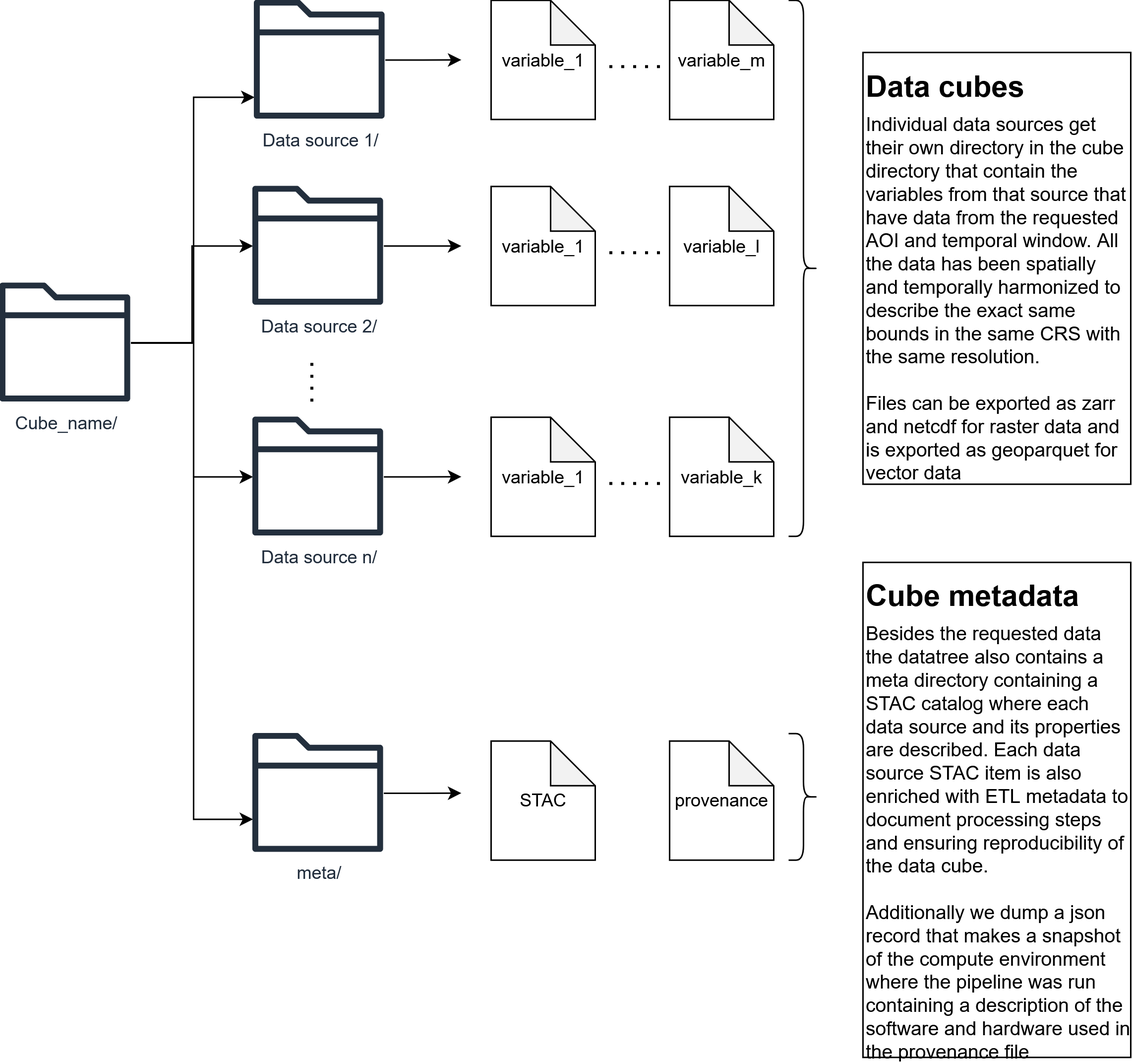
Above: img/datatree.png in Biodiversity-Meets-Data/BmC (draw.io), before the change. Source tidied: cells renumbered, new cells last; positions are measured from the earlier drawing's top-left corner, leaving out a move shared by most shapes.
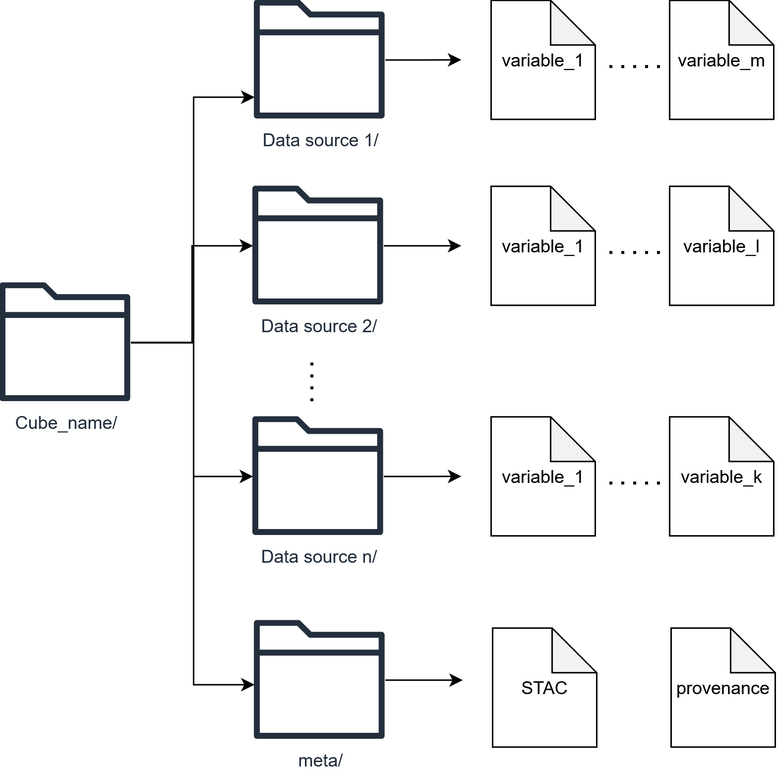
After the commit.

Commit message:
Updated the cube readme, datatree diagram and added explanaition for the vectorCube output structure

Diff of the diagram source:
```diff
@@ -25,7 +25,7 @@
       <mxGeometry relative="1" as="geometry">
         <Array as="points">
           <mxPoint x="130" y="230.1" />
-          <mxPoint x="130" y="550" />
+          <mxPoint x="130" y="460" />
         </Array>
       </mxGeometry>
     </mxCell>
@@ -64,11 +64,11 @@
     </mxCell>
     <mxCell id="14" style="edgeStyle=orthogonalEdgeStyle;rounded=0;jettySize=auto;html=1;" parent="1" edge="1" source="15">
       <mxGeometry relative="1" as="geometry">
-        <mxPoint x="310" y="532.5" as="targetPoint" />
+        <mxPoint x="311" y="457" as="targetPoint" />
       </mxGeometry>
     </mxCell>
     <mxCell id="15" value="meta/" style="sketch=0;outlineConnect=0;fontColor=#232F3E;gradientColor=none;fillColor=#232F3D;strokeColor=none;dashed=0;verticalLabelPosition=bottom;verticalAlign=top;align=center;html=1;fontSize=12;fontStyle=0;shape=mxgraph.aws4.folder;" parent="1" vertex="1">
-      <mxGeometry x="170" y="492.5" width="87.9" height="80" as="geometry" />
+      <mxGeometry x="171" y="417" width="87.9" height="80" as="geometry" />
     </mxCell>
     <mxCell id="16" value="variable_1" style="shape=note;whiteSpace=wrap;html=1;backgroundOutline=1;darkOpacity=0.05;" parent="1" vertex="1">
       <mxGeometry x="330" width="70" height="80" as="geometry" />
@@ -80,10 +80,10 @@
       <mxGeometry x="330" y="280" width="70" height="80" as="geometry" />
     </mxCell>
     <mxCell id="19" value="STAC" style="shape=note;whiteSpace=wrap;html=1;backgroundOutline=1;darkOpacity=0.05;" parent="1" vertex="1">
-      <mxGeometry x="330" y="497.5" width="70" height="80" as="geometry" />
+      <mxGeometry x="331" y="422" width="70" height="80" as="geometry" />
     </mxCell>
     <mxCell id="20" value="provenance" style="shape=note;whiteSpace=wrap;html=1;backgroundOutline=1;darkOpacity=0.05;" parent="1" vertex="1">
-      <mxGeometry x="450" y="497.5" width="70" height="80" as="geometry" />
+      <mxGeometry x="451" y="422" width="70" height="80" as="geometry" />
     </mxCell>
     <mxCell id="21" style="endArrow=none;dashed=1;html=1;dashPattern=1 3;strokeWidth=2;rounded=0;" parent="1" edge="1">
       <mxGeometry relative="1" as="geometry">
@@ -112,17 +112,5 @@
     <mxCell id="26" value="variable_k" style="shape=note;whiteSpace=wrap;html=1;backgroundOutline=1;darkOpacity=0.05;" parent="1" vertex="1">
       <mxGeometry x="450" y="280" width="70" height="80" as="geometry" />
     </mxCell>
-    <mxCell id="27" style="shape=curlyBracket;whiteSpace=wrap;html=1;rounded=1;flipH=1;labelPosition=right;verticalLabelPosition=middle;align=left;verticalAlign=middle;legacyAnchorPoints=0;" parent="1" vertex="1">
-      <mxGeometry x="530" width="20" height="360" as="geometry" />
-    </mxCell>
-    <mxCell id="28" style="shape=curlyBracket;whiteSpace=wrap;html=1;rounded=1;flipH=1;labelPosition=right;verticalLabelPosition=middle;align=left;verticalAlign=middle;legacyAnchorPoints=0;" parent="1" vertex="1">
-      <mxGeometry x="530" y="492.5" width="20" height="85" as="geometry" />
-    </mxCell>
-    <mxCell id="29" value="&lt;h1 style=&quot;margin-top: 0px; margin-bottom: 5px;&quot;&gt;&lt;font style=&quot;font-size: 20px;&quot;&gt;Data cubes&lt;/font&gt;&lt;/h1&gt;&lt;div&gt;&lt;font style=&quot;font-size: 13px;&quot;&gt;Individual data sources get their own directory in the cube directory that contain the variables from that source that have data from the requested AOI and temporal window. All the data has been spatially and temporally harmonized to describe the exact same bounds in the same CRS with the same resolution.&lt;/font&gt;&lt;/div&gt;&lt;div&gt;&lt;font style=&quot;font-size: 13px;&quot;&gt;&lt;br&gt;&lt;/font&gt;&lt;/div&gt;&lt;div&gt;&lt;font style=&quot;font-size: 13px;&quot;&gt;Files can be exported as zarr and netcdf for raster data and is exported as geoparquet for vector data&amp;nbsp;&lt;/font&gt;&lt;/div&gt;" style="text;html=1;whiteSpace=wrap;overflow=hidden;rounded=0;strokeColor=default;perimeterSpacing=10;" parent="1" vertex="1">
-      <mxGeometry x="580" y="35" width="180" height="290" as="geometry" />
-    </mxCell>
-    <mxCell id="30" value="&lt;h1 style=&quot;margin-top: 0px; margin-bottom: 5px;&quot;&gt;&lt;font style=&quot;font-size: 20px;&quot;&gt;Cube metadata&lt;/font&gt;&lt;/h1&gt;&lt;div&gt;&lt;font style=&quot;font-size: 13px;&quot;&gt;Besides the requested data the datatree also contains a meta directory containing a STAC catalog where each data source and its properties are described. Each data source STAC item is also enriched with ETL metadata to document processing steps and ensuring reproducibility of the data cube.&amp;nbsp;&lt;/font&gt;&lt;/div&gt;&lt;div&gt;&lt;font style=&quot;font-size: 13px;&quot;&gt;&lt;br&gt;&lt;/font&gt;&lt;/div&gt;&lt;div&gt;&lt;font style=&quot;font-size: 13px;&quot;&gt;Additionally we dump a json record that makes a snapshot of the compute environment where the pipeline was run containing a description of the software and hardware used in the provenance file&amp;nbsp;&lt;/font&gt;&lt;/div&gt;" style="text;html=1;whiteSpace=wrap;overflow=hidden;rounded=0;strokeColor=default;" parent="1" vertex="1">
-      <mxGeometry x="580" y="377.5" width="180" height="332.5" as="geometry" />
-    </mxCell>
   </root>
 </mxGraphModel>
```
